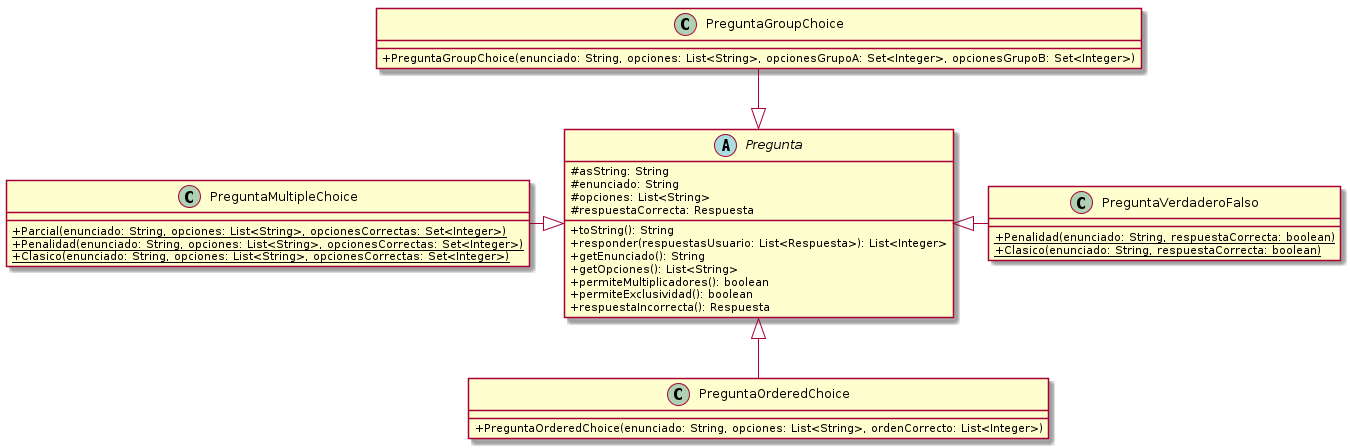
Before: Documentacion/Entrega/UML/Diagrama de Clases Preguntas.png, a diagram exported from PlantUML (gcc-cdimatteo/Algoritmos-y-Programacion-III-75.07). Source of this version:
```plantuml
@startuml
skinparam classAttributeIconSize 0

abstract class Pregunta {
    # asString: String
    # enunciado: String
    # opciones: List<String>
    # respuestaCorrecta: Respuesta
    + toString(): String
    + responder(respuestasUsuario: List<Respuesta>): List<Integer>
    + getEnunciado(): String
    + getOpciones(): List<String>
    + permiteMultiplicadores(): boolean
    + permiteExclusividad(): boolean
    + respuestaIncorrecta(): Respuesta
}

class PreguntaVerdaderoFalso {
    + {static} Penalidad(enunciado: String, respuestaCorrecta: boolean)
    + {static} Clasico(enunciado: String, respuestaCorrecta: boolean)
}

class PreguntaGroupChoice {
    + PreguntaGroupChoice(enunciado: String, opciones: List<String>, opcionesGrupoA: Set<Integer>, opcionesGrupoB: Set<Integer>)
}

class PreguntaOrderedChoice {
    + PreguntaOrderedChoice(enunciado: String, opciones: List<String>, ordenCorrecto: List<Integer>)
}

class PreguntaMultipleChoice {
    + {static} Parcial(enunciado: String, opciones: List<String>, opcionesCorrectas: Set<Integer>)
    + {static} Penalidad(enunciado: String, opciones: List<String>, opcionesCorrectas: Set<Integer>)
    + {static} Clasico(enunciado: String, opciones: List<String>, opcionesCorrectas: Set<Integer>)
}


Pregunta <|-up- PreguntaGroupChoice
Pregunta <|-left- PreguntaMultipleChoice
Pregunta <|-down- PreguntaOrderedChoice
Pregunta <|-right- PreguntaVerdaderoFalso







@enduml
```
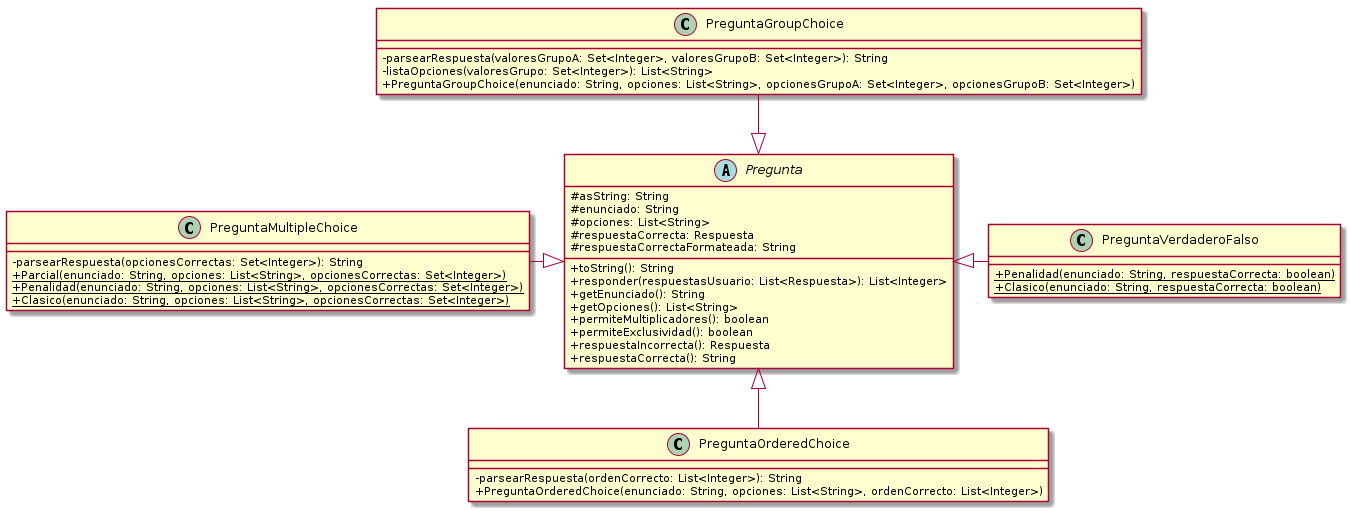
Later version of the same file.

The edit, as a diff of the source:
```diff
@@ -6,6 +6,7 @@
     # enunciado: String
     # opciones: List<String>
     # respuestaCorrecta: Respuesta
+    # respuestaCorrectaFormateada: String
     + toString(): String
     + responder(respuestasUsuario: List<Respuesta>): List<Integer>
     + getEnunciado(): String
@@ -13,6 +14,7 @@
     + permiteMultiplicadores(): boolean
     + permiteExclusividad(): boolean
     + respuestaIncorrecta(): Respuesta
+    + respuestaCorrecta(): String
 }
 
 class PreguntaVerdaderoFalso {
@@ -21,14 +23,18 @@
 }
 
 class PreguntaGroupChoice {
+    - parsearRespuesta(valoresGrupoA: Set<Integer>, valoresGrupoB: Set<Integer>): String
+    - listaOpciones(valoresGrupo: Set<Integer>): List<String>
     + PreguntaGroupChoice(enunciado: String, opciones: List<String>, opcionesGrupoA: Set<Integer>, opcionesGrupoB: Set<Integer>)
 }
 
 class PreguntaOrderedChoice {
+    - parsearRespuesta(ordenCorrecto: List<Integer>): String
     + PreguntaOrderedChoice(enunciado: String, opciones: List<String>, ordenCorrecto: List<Integer>)
 }
 
 class PreguntaMultipleChoice {
+    - parsearRespuesta(opcionesCorrectas: Set<Integer>): String
     + {static} Parcial(enunciado: String, opciones: List<String>, opcionesCorrectas: Set<Integer>)
     + {static} Penalidad(enunciado: String, opciones: List<String>, opcionesCorrectas: Set<Integer>)
     + {static} Clasico(enunciado: String, opciones: List<String>, opcionesCorrectas: Set<Integer>)
```
